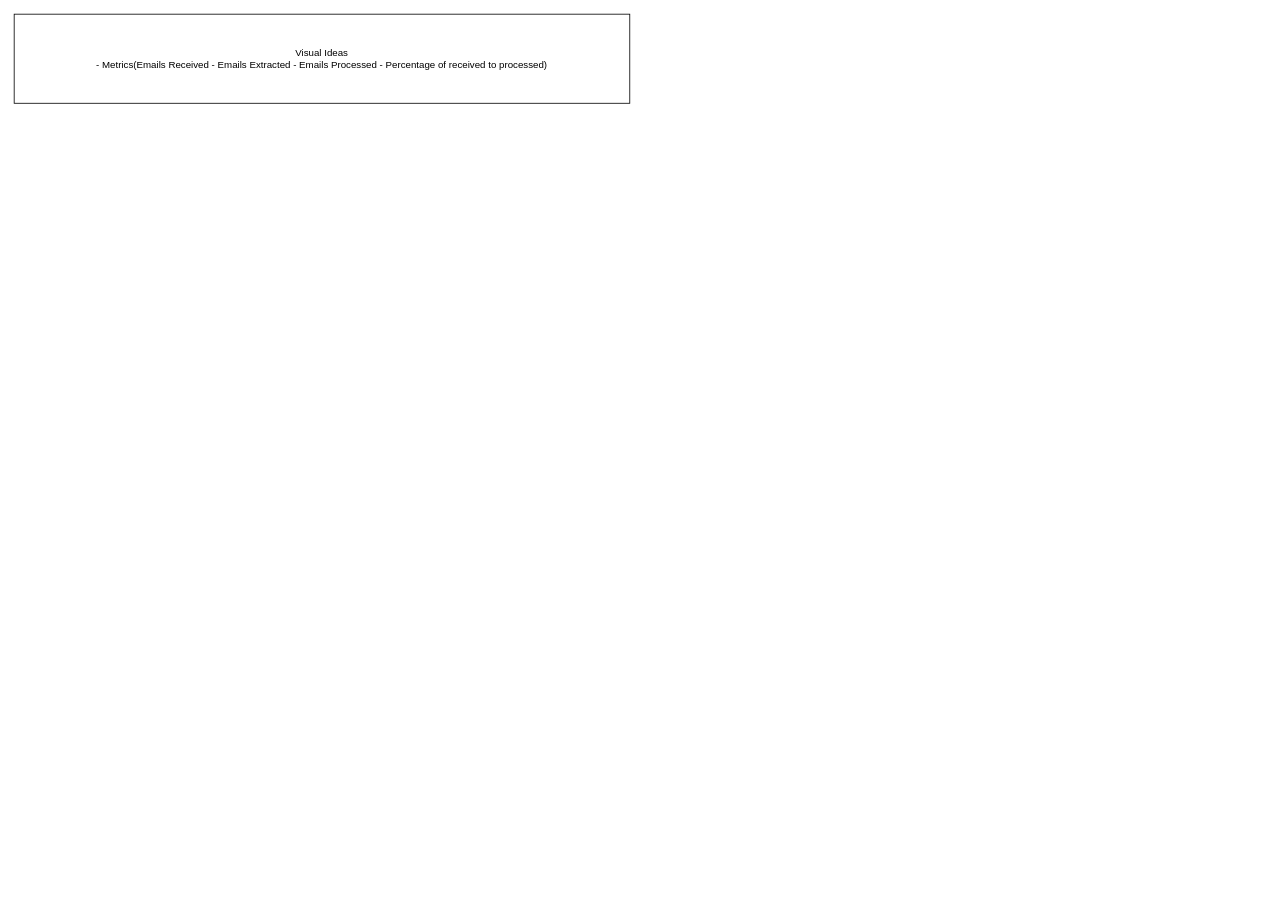
The draw.io diagram Email Stats.drawio in Mac-Springer/el-principio, before the edit. Source tidied: cells renumbered, new cells numbered last; positions are measured from the earlier drawing's top-left corner, leaving out a move shared by most shapes. Both pictures are drawn from the tidied source at 81%, with x=0, y=0 at pixel (14, 14).
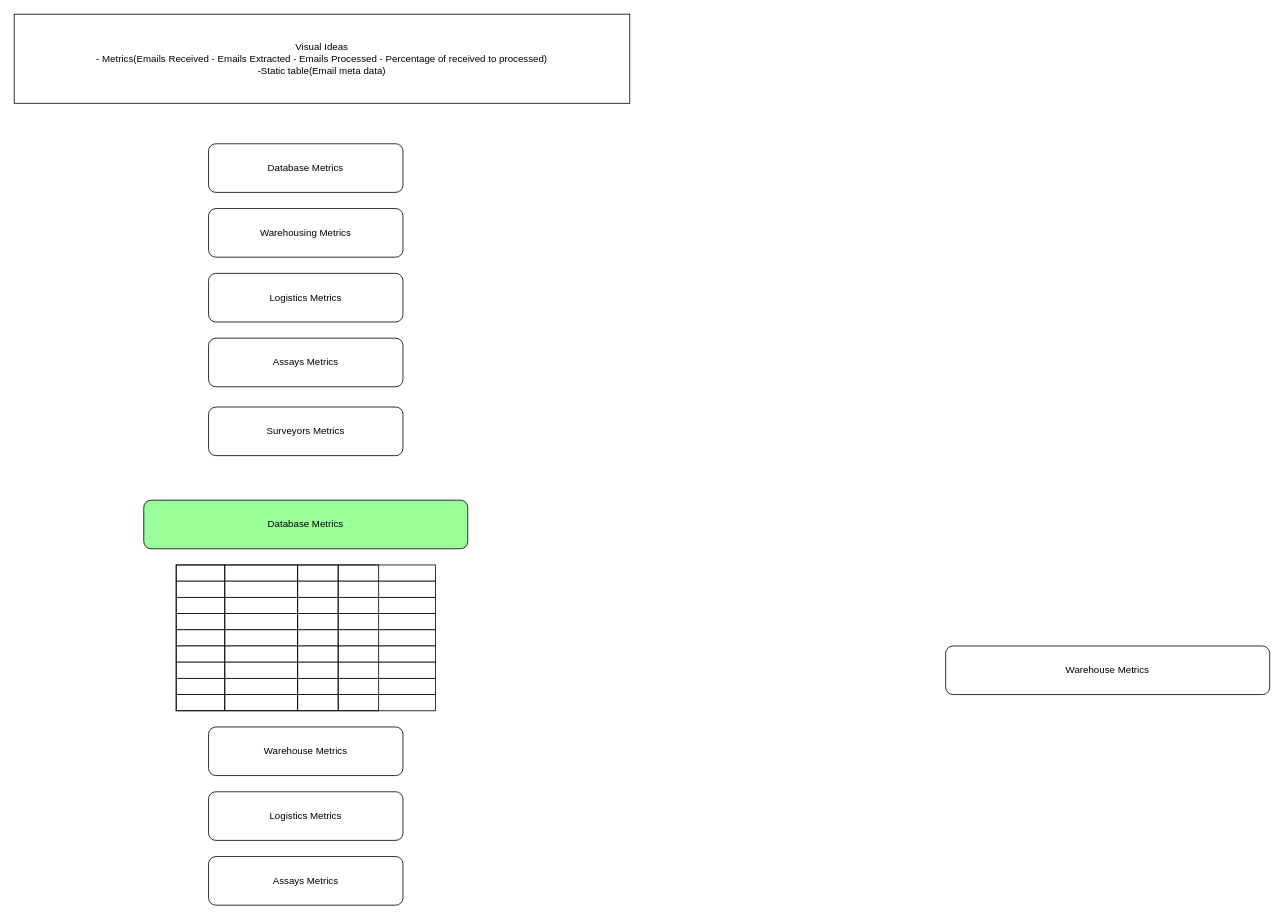
The same page after the edit.

The edit, as a diff of the source:
```diff
@@
-    <mxCell id="2" value="Visual Ideas&lt;br&gt;- Metrics(Emails Received - Emails Extracted - Emails Processed - Percentage of received to processed)" style="rounded=0;whiteSpace=wrap;html=1;" parent="1" vertex="1">
+    <mxCell id="2" value="Visual Ideas&lt;br&gt;- Metrics(Emails Received - Emails Extracted - Emails Processed - Percentage of received to processed)&lt;br&gt;-Static table(Email meta data)" style="rounded=0;whiteSpace=wrap;html=1;" parent="1" vertex="1">
       <mxGeometry width="760" height="110" as="geometry" />
     </mxCell>
+    <mxCell id="3" value="Database Metrics" style="rounded=1;whiteSpace=wrap;html=1;" parent="1" vertex="1">
+      <mxGeometry x="240" y="160" width="240" height="60" as="geometry" />
+    </mxCell>
+    <mxCell id="4" value="Warehousing Metrics" style="rounded=1;whiteSpace=wrap;html=1;" parent="1" vertex="1">
+      <mxGeometry x="240" y="240" width="240" height="60" as="geometry" />
+    </mxCell>
+    <mxCell id="5" value="Logistics Metrics" style="rounded=1;whiteSpace=wrap;html=1;" parent="1" vertex="1">
+      <mxGeometry x="240" y="320" width="240" height="60" as="geometry" />
+    </mxCell>
+    <mxCell id="6" value="Database Metrics" style="rounded=1;whiteSpace=wrap;html=1;fillColor=#99FF99;" parent="1" vertex="1">
+      <mxGeometry x="160" y="600" width="400" height="60" as="geometry" />
+    </mxCell>
+    <mxCell id="7" value="Warehouse Metrics" style="rounded=1;whiteSpace=wrap;html=1;" parent="1" vertex="1">
+      <mxGeometry x="1150" y="780" width="400" height="60" as="geometry" />
+    </mxCell>
+    <mxCell id="8" value="Warehouse Metrics" style="rounded=1;whiteSpace=wrap;html=1;" parent="1" vertex="1">
+      <mxGeometry x="240" y="880" width="240" height="60" as="geometry" />
+    </mxCell>
+    <mxCell id="9" value="Logistics Metrics" style="rounded=1;whiteSpace=wrap;html=1;" parent="1" vertex="1">
+      <mxGeometry x="240" y="960" width="240" height="60" as="geometry" />
+    </mxCell>
+    <mxCell id="10" style="edgeStyle=orthogonalEdgeStyle;rounded=0;orthogonalLoop=1;jettySize=auto;html=1;exitX=0.5;exitY=1;exitDx=0;exitDy=0;" parent="1" edge="1">
+      <mxGeometry relative="1" as="geometry">
+        <mxPoint x="360" y="840" as="sourcePoint" />
+        <mxPoint x="360" y="840" as="targetPoint" />
+      </mxGeometry>
+    </mxCell>
+    <mxCell id="11" style="rounded=0;whiteSpace=wrap;html=1;" parent="1" vertex="1">
+      <mxGeometry x="200" y="680" width="320" height="20" as="geometry" />
+    </mxCell>
+    <mxCell id="12" style="rounded=0;whiteSpace=wrap;html=1;" parent="1" vertex="1">
+      <mxGeometry x="200" y="700" width="320" height="20" as="geometry" />
+    </mxCell>
+    <mxCell id="13" style="rounded=0;whiteSpace=wrap;html=1;" parent="1" vertex="1">
+      <mxGeometry x="200" y="720" width="320" height="20" as="geometry" />
+    </mxCell>
+    <mxCell id="14" style="rounded=0;whiteSpace=wrap;html=1;" parent="1" vertex="1">
+      <mxGeometry x="200" y="740" width="320" height="20" as="geometry" />
+    </mxCell>
+    <mxCell id="15" style="rounded=0;whiteSpace=wrap;html=1;" parent="1" vertex="1">
+      <mxGeometry x="200" y="760" width="320" height="20" as="geometry" />
+    </mxCell>
+    <mxCell id="16" style="rounded=0;whiteSpace=wrap;html=1;" parent="1" vertex="1">
+      <mxGeometry x="200" y="780" width="320" height="20" as="geometry" />
+    </mxCell>
+    <mxCell id="17" style="rounded=0;whiteSpace=wrap;html=1;" parent="1" vertex="1">
+      <mxGeometry x="200" y="800" width="320" height="20" as="geometry" />
+    </mxCell>
+    <mxCell id="18" style="rounded=0;whiteSpace=wrap;html=1;" parent="1" vertex="1">
+      <mxGeometry x="200" y="820" width="320" height="20" as="geometry" />
+    </mxCell>
+    <mxCell id="19" style="rounded=0;whiteSpace=wrap;html=1;" parent="1" vertex="1">
+      <mxGeometry x="200" y="840" width="320" height="20" as="geometry" />
+    </mxCell>
+    <mxCell id="20" style="rounded=0;whiteSpace=wrap;html=1;fillColor=none;" parent="1" vertex="1">
+      <mxGeometry x="200" y="680" width="60" height="180" as="geometry" />
+    </mxCell>
+    <mxCell id="21" style="rounded=0;whiteSpace=wrap;html=1;fillColor=none;" parent="1" vertex="1">
+      <mxGeometry x="260" y="680" width="90" height="180" as="geometry" />
+    </mxCell>
+    <mxCell id="22" style="rounded=0;whiteSpace=wrap;html=1;fillColor=none;" parent="1" vertex="1">
+      <mxGeometry x="350" y="680" width="50" height="180" as="geometry" />
+    </mxCell>
+    <mxCell id="23" style="rounded=0;whiteSpace=wrap;html=1;fillColor=none;" parent="1" vertex="1">
+      <mxGeometry x="400" y="680" width="50" height="180" as="geometry" />
+    </mxCell>
+    <mxCell id="24" value="Assays Metrics" style="rounded=1;whiteSpace=wrap;html=1;" parent="1" vertex="1">
+      <mxGeometry x="240" y="400" width="240" height="60" as="geometry" />
+    </mxCell>
+    <mxCell id="25" value="Surveyors Metrics" style="rounded=1;whiteSpace=wrap;html=1;" parent="1" vertex="1">
+      <mxGeometry x="240" y="485" width="240" height="60" as="geometry" />
+    </mxCell>
+    <mxCell id="26" value="Assays Metrics" style="rounded=1;whiteSpace=wrap;html=1;" parent="1" vertex="1">
+      <mxGeometry x="240" y="1040" width="240" height="60" as="geometry" />
+    </mxCell>
```
